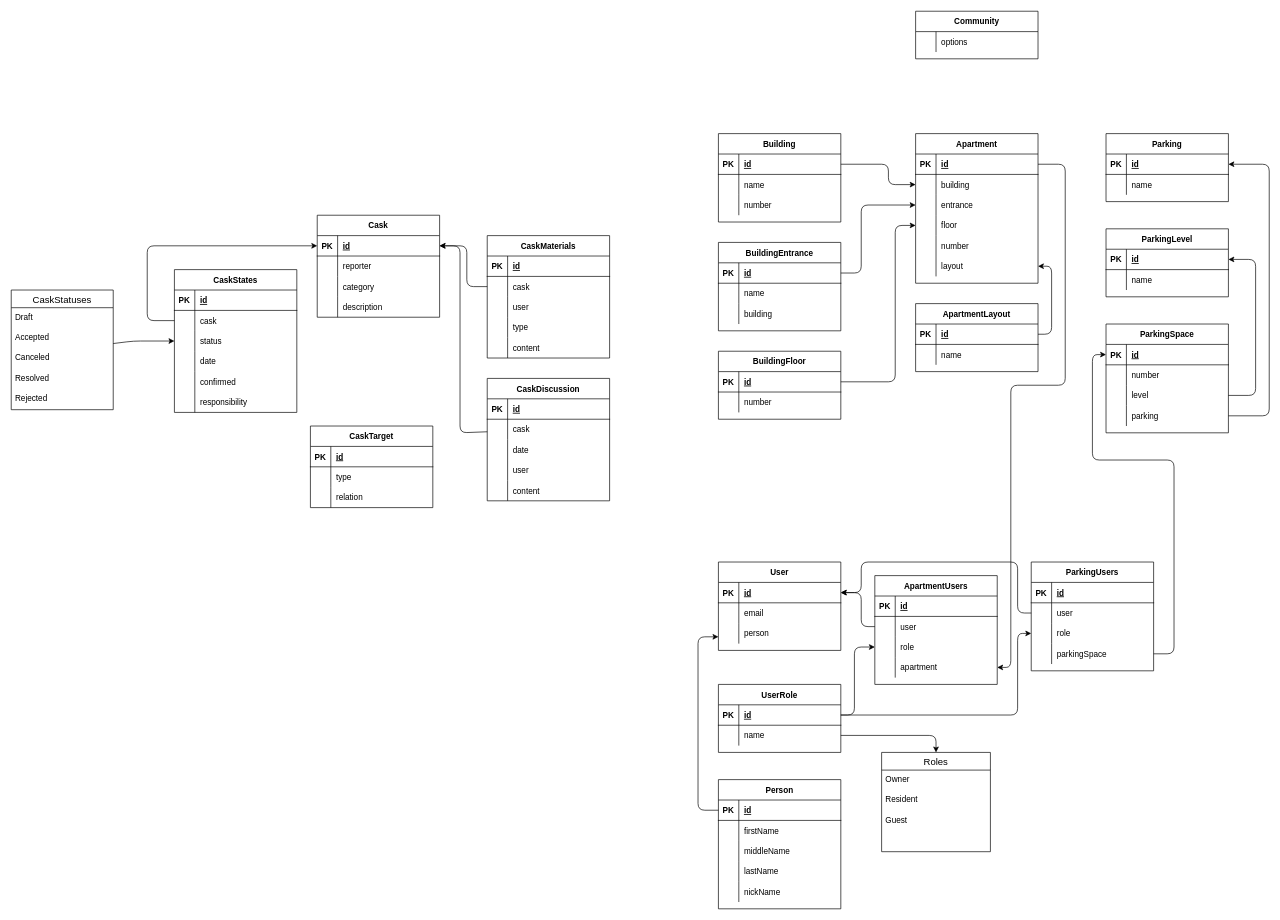
Before: docs/model.drawio in sr2-community/api, a draw.io diagram. Source tidied: cells renumbered, new cells numbered last; positions are measured from the earlier drawing's top-left corner, leaving out a move shared by most shapes. Both pictures are drawn from the tidied source at 68%, with x=0, y=0 at pixel (11, 11).
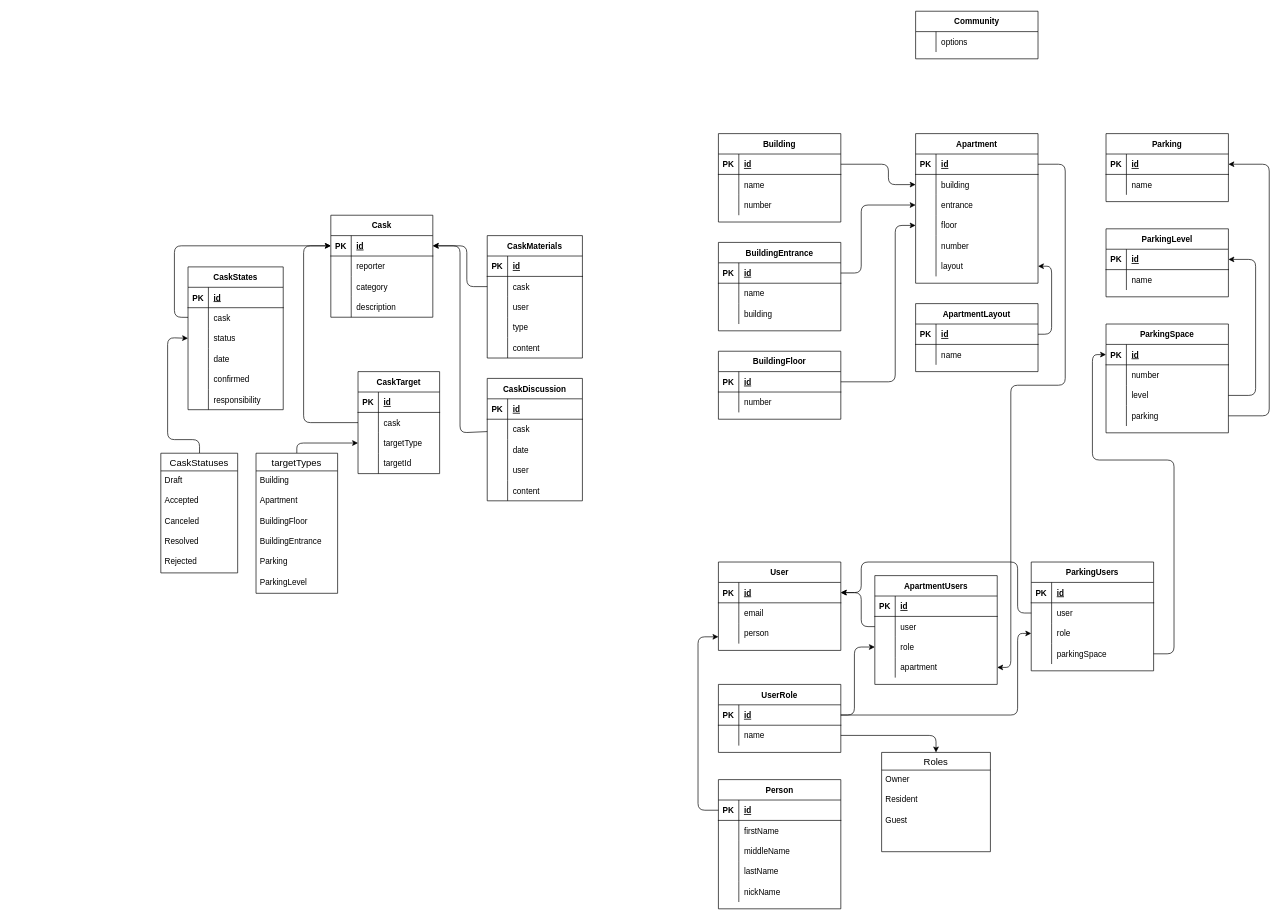
The same page after the edit.

Commit message (it also covers changes not shown here):
Cask Model

The edit, as a diff of the source:
```diff
@@
     <mxCell id="164" value="Cask" style="shape=table;startSize=30;childLayout=tableLayout;rowLines=0;fontStyle=1;align=center;" parent="1" vertex="1">
-      <mxGeometry x="450" y="300" width="180" height="150" as="geometry" />
+      <mxGeometry x="470" y="300" width="150" height="150" as="geometry" />
     </mxCell>
     <mxCell id="165" style="shape=partialRectangle;fillColor=none;top=0;left=0;bottom=1;right=0;points=[[0,0.5],[1,0.5]];portConstraint=eastwest;" parent="164" vertex="1">
-      <mxGeometry y="30" width="180" height="30" as="geometry" />
+      <mxGeometry y="30" width="150" height="30" as="geometry" />
     </mxCell>
@@
     <mxCell id="167" value="id" style="shape=partialRectangle;fillColor=none;top=0;left=0;bottom=0;right=0;align=left;spacingLeft=6;fontStyle=5;overflow=hidden;" parent="165" vertex="1">
-      <mxGeometry x="30" width="150" height="30" as="geometry" />
+      <mxGeometry x="30" width="120" height="30" as="geometry" />
     </mxCell>
     <mxCell id="168" style="shape=partialRectangle;fillColor=none;top=0;left=0;bottom=0;right=0;" parent="164" vertex="1">
-      <mxGeometry y="60" width="180" height="30" as="geometry" />
+      <mxGeometry y="60" width="150" height="30" as="geometry" />
     </mxCell>
@@
     <mxCell id="170" value="reporter" style="shape=partialRectangle;fillColor=none;top=0;left=0;bottom=0;right=0;align=left;spacingLeft=6;overflow=hidden;" parent="168" vertex="1">
-      <mxGeometry x="30" width="150" height="30" as="geometry" />
+      <mxGeometry x="30" width="120" height="30" as="geometry" />
     </mxCell>
     <mxCell id="171" style="shape=partialRectangle;fillColor=none;top=0;left=0;bottom=0;right=0;" parent="164" vertex="1">
-      <mxGeometry y="90" width="180" height="30" as="geometry" />
+      <mxGeometry y="90" width="150" height="30" as="geometry" />
     </mxCell>
@@
     <mxCell id="173" value="category" style="shape=partialRectangle;fillColor=none;top=0;left=0;bottom=0;right=0;align=left;spacingLeft=6;overflow=hidden;" parent="171" vertex="1">
-      <mxGeometry x="30" width="150" height="30" as="geometry" />
+      <mxGeometry x="30" width="120" height="30" as="geometry" />
     </mxCell>
     <mxCell id="174" style="shape=partialRectangle;fillColor=none;top=0;left=0;bottom=0;right=0;" parent="164" vertex="1">
-      <mxGeometry y="120" width="180" height="30" as="geometry" />
+      <mxGeometry y="120" width="150" height="30" as="geometry" />
     </mxCell>
@@
     <mxCell id="176" value="description" style="shape=partialRectangle;fillColor=none;top=0;left=0;bottom=0;right=0;align=left;spacingLeft=6;overflow=hidden;" parent="174" vertex="1">
-      <mxGeometry x="30" width="150" height="30" as="geometry" />
+      <mxGeometry x="30" width="120" height="30" as="geometry" />
     </mxCell>
     <mxCell id="177" value="CaskMaterials" style="shape=table;startSize=30;childLayout=tableLayout;rowLines=0;fontStyle=1;align=center;" parent="1" vertex="1">
-      <mxGeometry x="700" y="330" width="180" height="180" as="geometry" />
+      <mxGeometry x="700" y="330" width="140" height="180" as="geometry" />
     </mxCell>
     <mxCell id="178" style="shape=partialRectangle;fillColor=none;top=0;left=0;bottom=1;right=0;" parent="177" vertex="1">
-      <mxGeometry y="30" width="180" height="30" as="geometry" />
+      <mxGeometry y="30" width="140" height="30" as="geometry" />
     </mxCell>
@@
     <mxCell id="180" value="id" style="shape=partialRectangle;fillColor=none;top=0;left=0;bottom=0;right=0;align=left;spacingLeft=6;fontStyle=5;overflow=hidden;" parent="178" vertex="1">
-      <mxGeometry x="30" width="150" height="30" as="geometry" />
+      <mxGeometry x="30" width="110" height="30" as="geometry" />
     </mxCell>
     <mxCell id="181" style="shape=partialRectangle;fillColor=none;top=0;left=0;bottom=0;right=0;points=[[0,0.5],[1,0.5]];portConstraint=eastwest;" parent="177" vertex="1">
-      <mxGeometry y="60" width="180" height="30" as="geometry" />
+      <mxGeometry y="60" width="140" height="30" as="geometry" />
     </mxCell>
@@
     <mxCell id="183" value="cask" style="shape=partialRectangle;fillColor=none;top=0;left=0;bottom=0;right=0;align=left;spacingLeft=6;overflow=hidden;" parent="181" vertex="1">
-      <mxGeometry x="30" width="150" height="30" as="geometry" />
+      <mxGeometry x="30" width="110" height="30" as="geometry" />
     </mxCell>
     <mxCell id="184" style="shape=partialRectangle;fillColor=none;top=0;left=0;bottom=0;right=0;" parent="177" vertex="1">
-      <mxGeometry y="90" width="180" height="30" as="geometry" />
+      <mxGeometry y="90" width="140" height="30" as="geometry" />
     </mxCell>
@@
     <mxCell id="186" value="user" style="shape=partialRectangle;fillColor=none;top=0;left=0;bottom=0;right=0;align=left;spacingLeft=6;overflow=hidden;" parent="184" vertex="1">
-      <mxGeometry x="30" width="150" height="30" as="geometry" />
+      <mxGeometry x="30" width="110" height="30" as="geometry" />
     </mxCell>
     <mxCell id="187" style="shape=partialRectangle;fillColor=none;top=0;left=0;bottom=0;right=0;" parent="177" vertex="1">
-      <mxGeometry y="120" width="180" height="30" as="geometry" />
+      <mxGeometry y="120" width="140" height="30" as="geometry" />
     </mxCell>
@@
     <mxCell id="189" value="type" style="shape=partialRectangle;fillColor=none;top=0;left=0;bottom=0;right=0;align=left;spacingLeft=6;overflow=hidden;" parent="187" vertex="1">
-      <mxGeometry x="30" width="150" height="30" as="geometry" />
+      <mxGeometry x="30" width="110" height="30" as="geometry" />
     </mxCell>
     <mxCell id="190" style="shape=partialRectangle;fillColor=none;top=0;left=0;bottom=0;right=0;" parent="177" vertex="1">
-      <mxGeometry y="150" width="180" height="30" as="geometry" />
+      <mxGeometry y="150" width="140" height="30" as="geometry" />
     </mxCell>
@@
     <mxCell id="192" value="content" style="shape=partialRectangle;fillColor=none;top=0;left=0;bottom=0;right=0;align=left;spacingLeft=6;overflow=hidden;" parent="190" vertex="1">
-      <mxGeometry x="30" width="150" height="30" as="geometry" />
+      <mxGeometry x="30" width="110" height="30" as="geometry" />
     </mxCell>
@@
     <mxCell id="194" style="edgeStyle=none;html=1;entryX=0;entryY=0.5;entryDx=0;entryDy=0;" parent="1" edge="1" source="195" target="208">
       <mxGeometry relative="1" as="geometry">
         <Array as="points">
-          <mxPoint x="180" y="485" />
+          <mxPoint x="277" y="630" />
+          <mxPoint x="230" y="630" />
+          <mxPoint x="230" y="480" />
         </Array>
       </mxGeometry>
     </mxCell>
     <mxCell id="195" value="CaskStatuses" style="swimlane;fontStyle=0;horizontal=1;startSize=26;align=center;fontSize=14;" parent="1" vertex="1">
-      <mxGeometry y="410" width="150" height="176" as="geometry" />
+      <mxGeometry x="220" y="650" width="113" height="176" as="geometry" />
     </mxCell>
     <mxCell id="196" value="Draft" style="text;strokeColor=none;fillColor=none;spacingLeft=4;spacingRight=4;overflow=hidden;fontSize=12;" parent="195" vertex="1">
-      <mxGeometry y="26" width="150" height="30" as="geometry" />
+      <mxGeometry y="26" width="113" height="30" as="geometry" />
     </mxCell>
     <mxCell id="197" value="Accepted" style="text;strokeColor=none;fillColor=none;spacingLeft=4;spacingRight=4;overflow=hidden;fontSize=12;" parent="195" vertex="1">
-      <mxGeometry y="56" width="150" height="30" as="geometry" />
+      <mxGeometry y="56" width="113" height="30" as="geometry" />
     </mxCell>
     <mxCell id="198" value="Canceled" style="text;strokeColor=none;fillColor=none;spacingLeft=4;spacingRight=4;overflow=hidden;fontSize=12;" parent="195" vertex="1">
-      <mxGeometry y="86" width="150" height="30" as="geometry" />
+      <mxGeometry y="86" width="113" height="30" as="geometry" />
     </mxCell>
     <mxCell id="199" value="Resolved" style="text;strokeColor=none;fillColor=none;spacingLeft=4;spacingRight=4;overflow=hidden;fontSize=12;" parent="195" vertex="1">
-      <mxGeometry y="116" width="150" height="30" as="geometry" />
+      <mxGeometry y="116" width="113" height="30" as="geometry" />
     </mxCell>
     <mxCell id="200" value="Rejected" style="text;strokeColor=none;fillColor=none;spacingLeft=4;spacingRight=4;overflow=hidden;fontSize=12;" parent="195" vertex="1">
-      <mxGeometry y="146" width="150" height="30" as="geometry" />
+      <mxGeometry y="146" width="113" height="30" as="geometry" />
     </mxCell>
     <mxCell id="201" value="CaskStates" style="shape=table;startSize=30;childLayout=tableLayout;rowLines=0;fontStyle=1;align=center;" parent="1" vertex="1">
-      <mxGeometry x="240" y="380" width="180" height="210" as="geometry" />
+      <mxGeometry x="260" y="376" width="140" height="210" as="geometry" />
     </mxCell>
     <mxCell id="202" style="shape=partialRectangle;fillColor=none;top=0;left=0;bottom=1;right=0;" parent="201" vertex="1">
-      <mxGeometry y="30" width="180" height="30" as="geometry" />
+      <mxGeometry y="30" width="140" height="30" as="geometry" />
     </mxCell>
@@
     <mxCell id="204" value="id" style="shape=partialRectangle;fillColor=none;top=0;left=0;bottom=0;right=0;align=left;spacingLeft=6;fontStyle=5;overflow=hidden;" parent="202" vertex="1">
-      <mxGeometry x="30" width="150" height="30" as="geometry" />
+      <mxGeometry x="30" width="110" height="30" as="geometry" />
     </mxCell>
     <mxCell id="205" style="shape=partialRectangle;fillColor=none;top=0;left=0;bottom=0;right=0;points=[[0,0.5],[1,0.5]];portConstraint=eastwest;" parent="201" vertex="1">
-      <mxGeometry y="60" width="180" height="30" as="geometry" />
+      <mxGeometry y="60" width="140" height="30" as="geometry" />
     </mxCell>
@@
     <mxCell id="207" value="cask" style="shape=partialRectangle;fillColor=none;top=0;left=0;bottom=0;right=0;align=left;spacingLeft=6;overflow=hidden;" parent="205" vertex="1">
-      <mxGeometry x="30" width="150" height="30" as="geometry" />
+      <mxGeometry x="30" width="110" height="30" as="geometry" />
     </mxCell>
     <mxCell id="208" style="shape=partialRectangle;fillColor=none;top=0;left=0;bottom=0;right=0;points=[[0,0.5],[1,0.5]];portConstraint=eastwest;" parent="201" vertex="1">
-      <mxGeometry y="90" width="180" height="30" as="geometry" />
+      <mxGeometry y="90" width="140" height="30" as="geometry" />
     </mxCell>
@@
     <mxCell id="210" value="status" style="shape=partialRectangle;fillColor=none;top=0;left=0;bottom=0;right=0;align=left;spacingLeft=6;overflow=hidden;" parent="208" vertex="1">
-      <mxGeometry x="30" width="150" height="30" as="geometry" />
+      <mxGeometry x="30" width="110" height="30" as="geometry" />
     </mxCell>
     <mxCell id="211" style="shape=partialRectangle;fillColor=none;top=0;left=0;bottom=0;right=0;" parent="201" vertex="1">
-      <mxGeometry y="120" width="180" height="30" as="geometry" />
+      <mxGeometry y="120" width="140" height="30" as="geometry" />
     </mxCell>
@@
     <mxCell id="213" value="date" style="shape=partialRectangle;fillColor=none;top=0;left=0;bottom=0;right=0;align=left;spacingLeft=6;overflow=hidden;" parent="211" vertex="1">
-      <mxGeometry x="30" width="150" height="30" as="geometry" />
+      <mxGeometry x="30" width="110" height="30" as="geometry" />
     </mxCell>
     <mxCell id="214" style="shape=partialRectangle;fillColor=none;top=0;left=0;bottom=0;right=0;" parent="201" vertex="1">
-      <mxGeometry y="150" width="180" height="30" as="geometry" />
+      <mxGeometry y="150" width="140" height="30" as="geometry" />
     </mxCell>
@@
     <mxCell id="216" value="confirmed" style="shape=partialRectangle;fillColor=none;top=0;left=0;bottom=0;right=0;align=left;spacingLeft=6;overflow=hidden;" parent="214" vertex="1">
-      <mxGeometry x="30" width="150" height="30" as="geometry" />
+      <mxGeometry x="30" width="110" height="30" as="geometry" />
     </mxCell>
     <mxCell id="217" style="shape=partialRectangle;fillColor=none;top=0;left=0;bottom=0;right=0;" parent="201" vertex="1">
-      <mxGeometry y="180" width="180" height="30" as="geometry" />
+      <mxGeometry y="180" width="140" height="30" as="geometry" />
     </mxCell>
@@
     <mxCell id="219" value="responsibility" style="shape=partialRectangle;fillColor=none;top=0;left=0;bottom=0;right=0;align=left;spacingLeft=6;overflow=hidden;" parent="217" vertex="1">
-      <mxGeometry x="30" width="150" height="30" as="geometry" />
+      <mxGeometry x="30" width="110" height="30" as="geometry" />
     </mxCell>
     <mxCell id="220" style="edgeStyle=none;html=1;entryX=0;entryY=0.5;entryDx=0;entryDy=0;" parent="1" edge="1" source="205" target="165">
       <mxGeometry relative="1" as="geometry">
         <Array as="points">
-          <mxPoint x="200" y="455" />
-          <mxPoint x="200" y="345" />
+          <mxPoint x="240" y="450" />
+          <mxPoint x="240" y="345" />
         </Array>
       </mxGeometry>
     </mxCell>
     <mxCell id="221" value="CaskDiscussion" style="shape=table;startSize=30;childLayout=tableLayout;rowLines=0;fontStyle=1;align=center;" parent="1" vertex="1">
-      <mxGeometry x="700" y="540" width="180" height="180" as="geometry" />
+      <mxGeometry x="700" y="540" width="140" height="180" as="geometry" />
     </mxCell>
     <mxCell id="222" style="shape=partialRectangle;fillColor=none;top=0;left=0;bottom=1;right=0;" parent="221" vertex="1">
-      <mxGeometry y="30" width="180" height="30" as="geometry" />
+      <mxGeometry y="30" width="140" height="30" as="geometry" />
     </mxCell>
@@
     <mxCell id="224" value="id" style="shape=partialRectangle;fillColor=none;top=0;left=0;bottom=0;right=0;align=left;spacingLeft=6;fontStyle=5;overflow=hidden;" parent="222" vertex="1">
-      <mxGeometry x="30" width="150" height="30" as="geometry" />
+      <mxGeometry x="30" width="110" height="30" as="geometry" />
     </mxCell>
     <mxCell id="225" style="shape=partialRectangle;fillColor=none;top=0;left=0;bottom=0;right=0;points=[[0,0.5],[1,0.5]];portConstraint=eastwest;" parent="221" vertex="1">
-      <mxGeometry y="60" width="180" height="30" as="geometry" />
+      <mxGeometry y="60" width="140" height="30" as="geometry" />
     </mxCell>
@@
     <mxCell id="227" value="cask" style="shape=partialRectangle;fillColor=none;top=0;left=0;bottom=0;right=0;align=left;spacingLeft=6;overflow=hidden;" parent="225" vertex="1">
-      <mxGeometry x="30" width="150" height="30" as="geometry" />
+      <mxGeometry x="30" width="110" height="30" as="geometry" />
     </mxCell>
     <mxCell id="228" style="shape=partialRectangle;fillColor=none;top=0;left=0;bottom=0;right=0;" parent="221" vertex="1">
-      <mxGeometry y="90" width="180" height="30" as="geometry" />
+      <mxGeometry y="90" width="140" height="30" as="geometry" />
     </mxCell>
@@
     <mxCell id="230" value="date" style="shape=partialRectangle;fillColor=none;top=0;left=0;bottom=0;right=0;align=left;spacingLeft=6;overflow=hidden;" parent="228" vertex="1">
-      <mxGeometry x="30" width="150" height="30" as="geometry" />
+      <mxGeometry x="30" width="110" height="30" as="geometry" />
     </mxCell>
     <mxCell id="231" style="shape=partialRectangle;fillColor=none;top=0;left=0;bottom=0;right=0;" parent="221" vertex="1">
-      <mxGeometry y="120" width="180" height="30" as="geometry" />
+      <mxGeometry y="120" width="140" height="30" as="geometry" />
     </mxCell>
@@
     <mxCell id="233" value="user" style="shape=partialRectangle;fillColor=none;top=0;left=0;bottom=0;right=0;align=left;spacingLeft=6;overflow=hidden;" parent="231" vertex="1">
-      <mxGeometry x="30" width="150" height="30" as="geometry" />
+      <mxGeometry x="30" width="110" height="30" as="geometry" />
     </mxCell>
     <mxCell id="234" style="shape=partialRectangle;fillColor=none;top=0;left=0;bottom=0;right=0;" parent="221" vertex="1">
-      <mxGeometry y="150" width="180" height="30" as="geometry" />
+      <mxGeometry y="150" width="140" height="30" as="geometry" />
     </mxCell>
@@
     <mxCell id="236" value="content" style="shape=partialRectangle;fillColor=none;top=0;left=0;bottom=0;right=0;align=left;spacingLeft=6;overflow=hidden;" parent="234" vertex="1">
-      <mxGeometry x="30" width="150" height="30" as="geometry" />
+      <mxGeometry x="30" width="110" height="30" as="geometry" />
     </mxCell>
@@
     <mxCell id="238" value="CaskTarget" style="shape=table;startSize=30;childLayout=tableLayout;rowLines=0;fontStyle=1;align=center;" parent="1" vertex="1">
-      <mxGeometry x="440" y="610" width="180" height="120" as="geometry" />
+      <mxGeometry x="510" y="530" width="120" height="150" as="geometry" />
     </mxCell>
     <mxCell id="239" style="shape=partialRectangle;fillColor=none;top=0;left=0;bottom=1;right=0;" parent="238" vertex="1">
-      <mxGeometry y="30" width="180" height="30" as="geometry" />
+      <mxGeometry y="30" width="120" height="30" as="geometry" />
     </mxCell>
@@
     <mxCell id="241" value="id" style="shape=partialRectangle;fillColor=none;top=0;left=0;bottom=0;right=0;align=left;spacingLeft=6;fontStyle=5;overflow=hidden;" parent="239" vertex="1">
-      <mxGeometry x="30" width="150" height="30" as="geometry" />
+      <mxGeometry x="30" width="90" height="30" as="geometry" />
     </mxCell>
+    <mxCell id="248" style="shape=partialRectangle;fillColor=none;top=0;left=0;bottom=0;right=0;points=[[0,0.5],[1,0.5]];portConstraint=eastwest;" parent="238" vertex="1">
+      <mxGeometry y="60" width="120" height="30" as="geometry" />
+    </mxCell>
+    <mxCell id="249" style="shape=partialRectangle;fillColor=none;top=0;left=0;bottom=0;right=0;overflow=hidden;" parent="248" vertex="1">
+      <mxGeometry width="30" height="30" as="geometry" />
+    </mxCell>
+    <mxCell id="250" value="cask" style="shape=partialRectangle;fillColor=none;top=0;left=0;bottom=0;right=0;align=left;spacingLeft=6;overflow=hidden;" parent="248" vertex="1">
+      <mxGeometry x="30" width="90" height="30" as="geometry" />
+    </mxCell>
     <mxCell id="242" style="shape=partialRectangle;fillColor=none;top=0;left=0;bottom=0;right=0;points=[[0,0.5],[1,0.5]];portConstraint=eastwest;" parent="238" vertex="1">
-      <mxGeometry y="60" width="180" height="30" as="geometry" />
+      <mxGeometry y="90" width="120" height="30" as="geometry" />
     </mxCell>
@@
-    <mxCell id="244" value="type" style="shape=partialRectangle;fillColor=none;top=0;left=0;bottom=0;right=0;align=left;spacingLeft=6;overflow=hidden;" parent="242" vertex="1">
-      <mxGeometry x="30" width="150" height="30" as="geometry" />
+    <mxCell id="244" value="targetType" style="shape=partialRectangle;fillColor=none;top=0;left=0;bottom=0;right=0;align=left;spacingLeft=6;overflow=hidden;" parent="242" vertex="1">
+      <mxGeometry x="30" width="90" height="30" as="geometry" />
     </mxCell>
     <mxCell id="245" style="shape=partialRectangle;fillColor=none;top=0;left=0;bottom=0;right=0;" parent="238" vertex="1">
-      <mxGeometry y="90" width="180" height="30" as="geometry" />
+      <mxGeometry y="120" width="120" height="30" as="geometry" />
     </mxCell>
@@
-    <mxCell id="247" value="relation" style="shape=partialRectangle;fillColor=none;top=0;left=0;bottom=0;right=0;align=left;spacingLeft=6;overflow=hidden;" parent="245" vertex="1">
-      <mxGeometry x="30" width="150" height="30" as="geometry" />
+    <mxCell id="247" value="targetId" style="shape=partialRectangle;fillColor=none;top=0;left=0;bottom=0;right=0;align=left;spacingLeft=6;overflow=hidden;" parent="245" vertex="1">
+      <mxGeometry x="30" width="90" height="30" as="geometry" />
     </mxCell>
+    <mxCell id="251" style="edgeStyle=none;html=1;entryX=0;entryY=0.5;entryDx=0;entryDy=0;" parent="1" edge="1" source="248" target="165">
+      <mxGeometry relative="1" as="geometry">
+        <Array as="points">
+          <mxPoint x="430" y="605" />
+          <mxPoint x="430" y="345" />
+        </Array>
+      </mxGeometry>
+    </mxCell>
+    <mxCell id="252" style="edgeStyle=none;html=1;entryX=0;entryY=0.5;entryDx=0;entryDy=0;" parent="1" edge="1" source="253" target="242">
+      <mxGeometry relative="1" as="geometry">
+        <Array as="points">
+          <mxPoint x="420" y="635" />
+        </Array>
+      </mxGeometry>
+    </mxCell>
+    <mxCell id="253" value="targetTypes" style="swimlane;fontStyle=0;horizontal=1;startSize=26;align=center;fontSize=14;" parent="1" vertex="1">
+      <mxGeometry x="360" y="650" width="120" height="206" as="geometry" />
+    </mxCell>
+    <mxCell id="254" value="Building" style="text;strokeColor=none;fillColor=none;spacingLeft=4;spacingRight=4;overflow=hidden;fontSize=12;" parent="253" vertex="1">
+      <mxGeometry y="26" width="120" height="30" as="geometry" />
+    </mxCell>
+    <mxCell id="255" value="Apartment" style="text;strokeColor=none;fillColor=none;spacingLeft=4;spacingRight=4;overflow=hidden;fontSize=12;" parent="253" vertex="1">
+      <mxGeometry y="56" width="120" height="30" as="geometry" />
+    </mxCell>
+    <mxCell id="256" value="BuildingFloor" style="text;strokeColor=none;fillColor=none;spacingLeft=4;spacingRight=4;overflow=hidden;fontSize=12;" parent="253" vertex="1">
+      <mxGeometry y="86" width="120" height="30" as="geometry" />
+    </mxCell>
+    <mxCell id="257" value="BuildingEntrance" style="text;strokeColor=none;fillColor=none;spacingLeft=4;spacingRight=4;overflow=hidden;fontSize=12;" parent="253" vertex="1">
+      <mxGeometry y="116" width="120" height="30" as="geometry" />
+    </mxCell>
+    <mxCell id="258" value="Parking" style="text;strokeColor=none;fillColor=none;spacingLeft=4;spacingRight=4;overflow=hidden;fontSize=12;" parent="253" vertex="1">
+      <mxGeometry y="146" width="120" height="30" as="geometry" />
+    </mxCell>
+    <mxCell id="259" value="ParkingLevel" style="text;strokeColor=none;fillColor=none;spacingLeft=4;spacingRight=4;overflow=hidden;fontSize=12;" parent="253" vertex="1">
+      <mxGeometry y="176" width="120" height="30" as="geometry" />
+    </mxCell>
```
